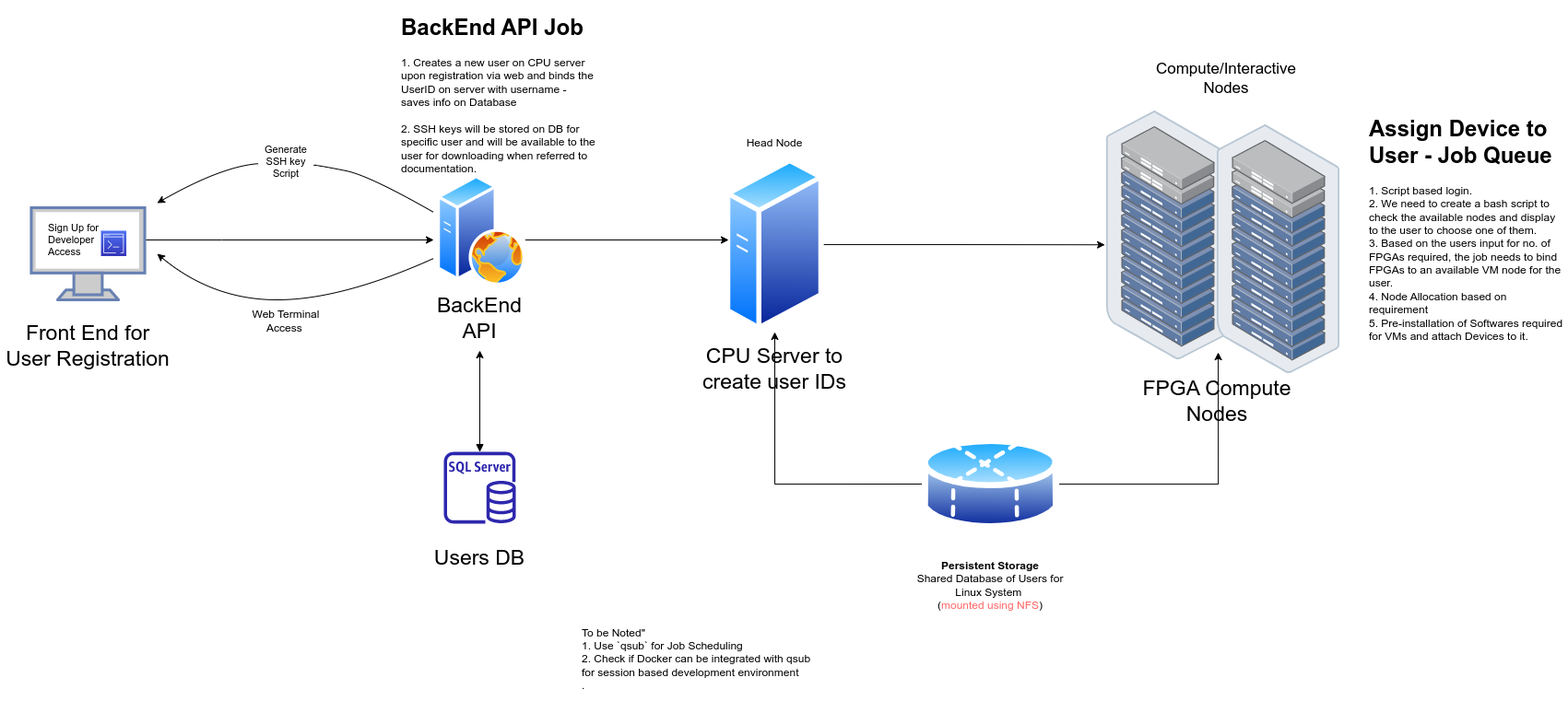
This is Intel DevCloud Flow.drawio.png from belanasaikiran/FlowCharts, a draw.io export, as it was before one commit. Source tidied: cells renumbered, new cells last; positions are measured from the earlier drawing's top-left corner, leaving out a move shared by most shapes.
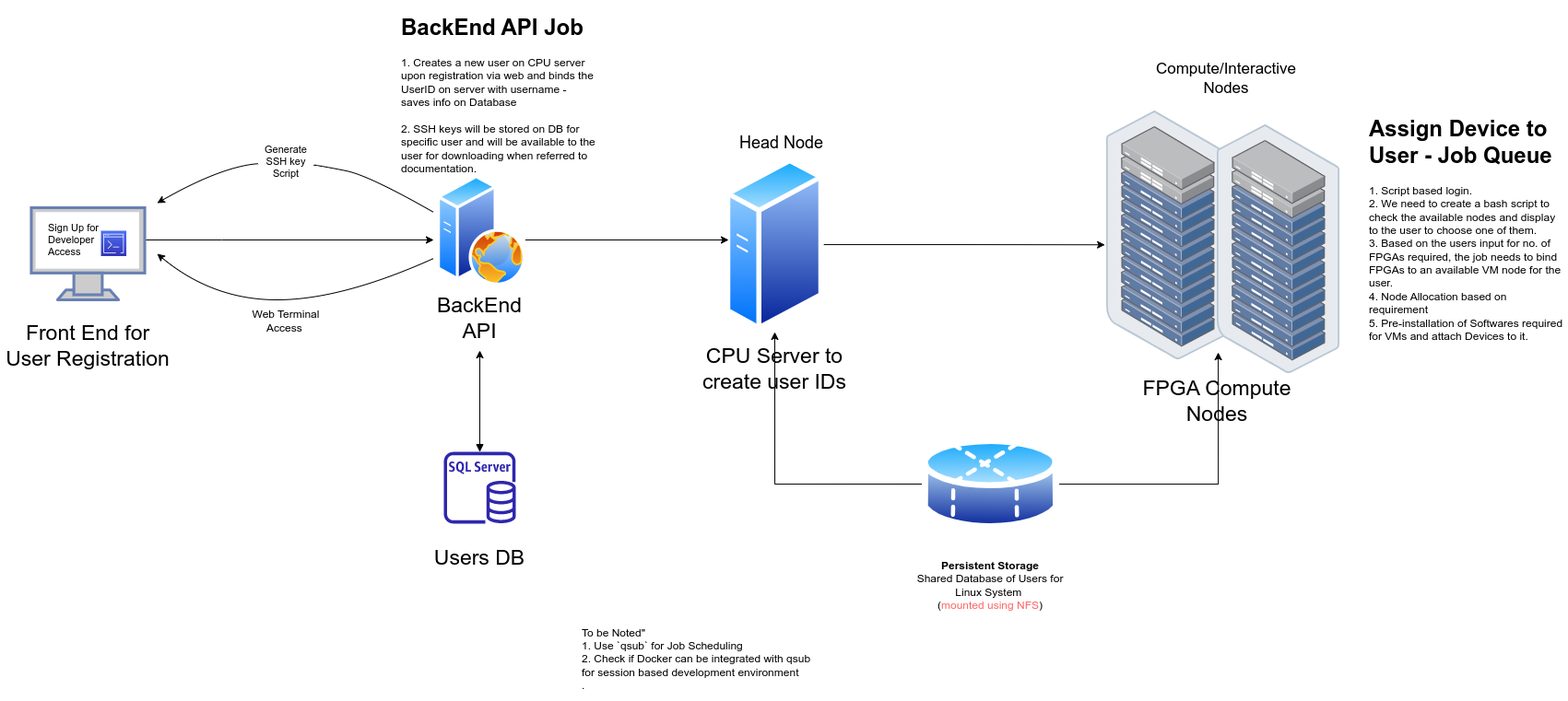
The same file after the commit.

What changed in the source:
```diff
@@ -135,8 +135,8 @@
     <mxCell id="35" value="&lt;b&gt;Persistent Storage&lt;/b&gt;&lt;br&gt;Shared Database of Users for Linux System&amp;nbsp;&lt;br&gt;(&lt;font color=&quot;#ff6666&quot;&gt;mounted using NFS&lt;/font&gt;)" style="text;html=1;strokeColor=none;fillColor=none;align=center;verticalAlign=middle;whiteSpace=wrap;rounded=0;" parent="1" vertex="1">
       <mxGeometry x="984.3" y="590" width="180" height="70" as="geometry" />
     </mxCell>
-    <mxCell id="36" value="Head Node" style="text;html=1;strokeColor=none;fillColor=none;align=center;verticalAlign=middle;whiteSpace=wrap;rounded=0;" parent="1" vertex="1">
-      <mxGeometry x="795" y="130" width="90" height="30" as="geometry" />
+    <mxCell id="36" value="&lt;font style=&quot;font-size: 18px;&quot;&gt;Head Node&lt;/font&gt;" style="text;html=1;strokeColor=none;fillColor=none;align=center;verticalAlign=middle;whiteSpace=wrap;rounded=0;" parent="1" vertex="1">
+      <mxGeometry x="795" y="130" width="105" height="30" as="geometry" />
     </mxCell>
     <mxCell id="37" value="&lt;font style=&quot;font-size: 17px;&quot;&gt;Compute/Interactive Nodes&lt;/font&gt;" style="text;html=1;strokeColor=none;fillColor=none;align=center;verticalAlign=middle;whiteSpace=wrap;rounded=0;" parent="1" vertex="1">
       <mxGeometry x="1260" y="60" width="140" height="30" as="geometry" />
```
